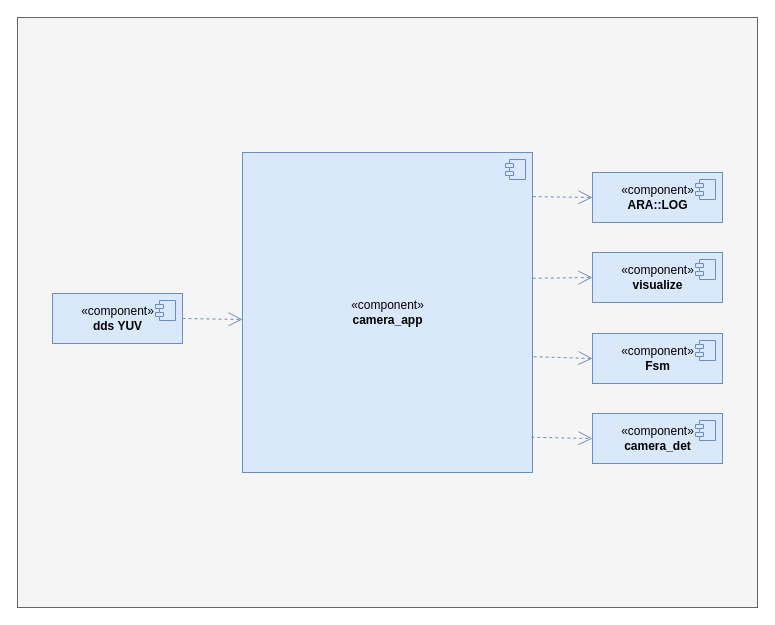
Above: camera_app模块依赖关系.drawio in xiaoleli/diagrams (draw.io), before the change. Source tidied: cells renumbered, new cells numbered last; positions are measured from the earlier drawing's top-left corner, leaving out a move shared by most shapes. Both pictures are drawn from the tidied source at 100%, with x=0, y=0 at pixel (17, 17).
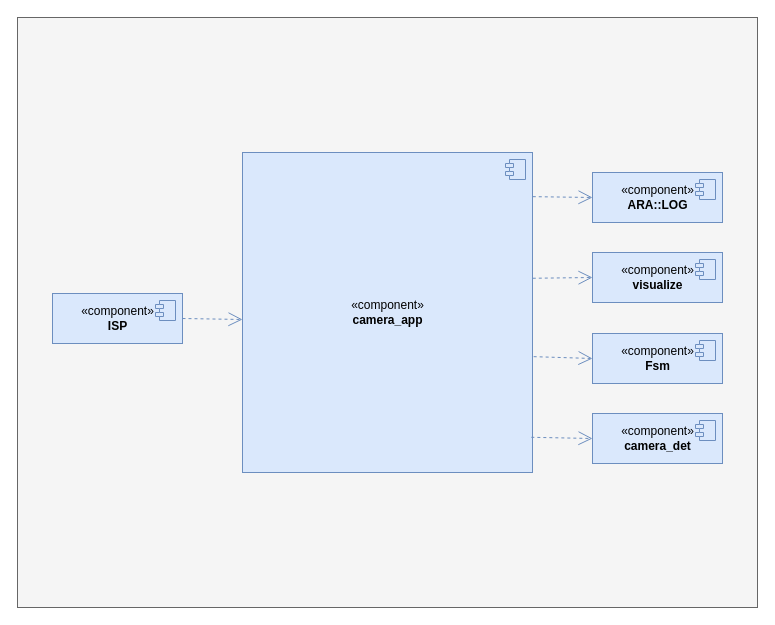
The same page after the edit.

Commit message (it also covers changes not shown here):
更新camera_app模块依赖关系.drawio

The edit, as a diff of the source:
```diff
@@
-    <mxCell id="8" value="«c&lt;span&gt;omponent&lt;/span&gt;»&lt;br&gt;&lt;b&gt;dds YUV&lt;/b&gt;" style="html=1;fontStyle=0;fillColor=#dae8fc;strokeColor=#6c8ebf;align=center;" parent="1" vertex="1">
+    <mxCell id="8" value="«c&lt;span&gt;omponent&lt;/span&gt;»&lt;br&gt;&lt;b&gt;ISP&lt;/b&gt;" style="html=1;fontStyle=0;fillColor=#dae8fc;strokeColor=#6c8ebf;align=center;" parent="1" vertex="1">
       <mxGeometry x="35" y="276" width="130" height="50" as="geometry" />
     </mxCell>
```
